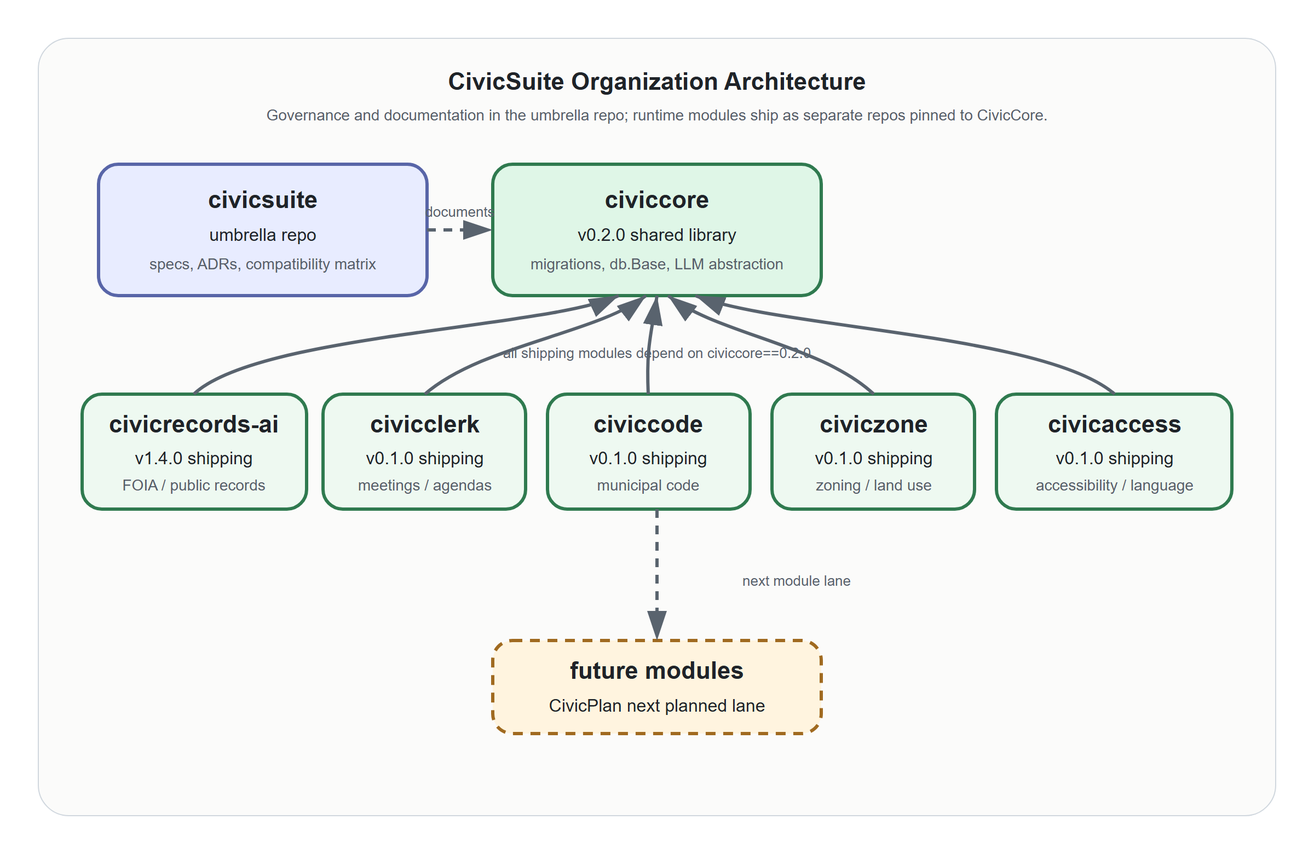
Above: docs/diagrams/suite-architecture.png in CivicSuite/civicsuite (Mermaid), before the change. Its source is kept beside it as docs/diagrams/suite-architecture.mmd.
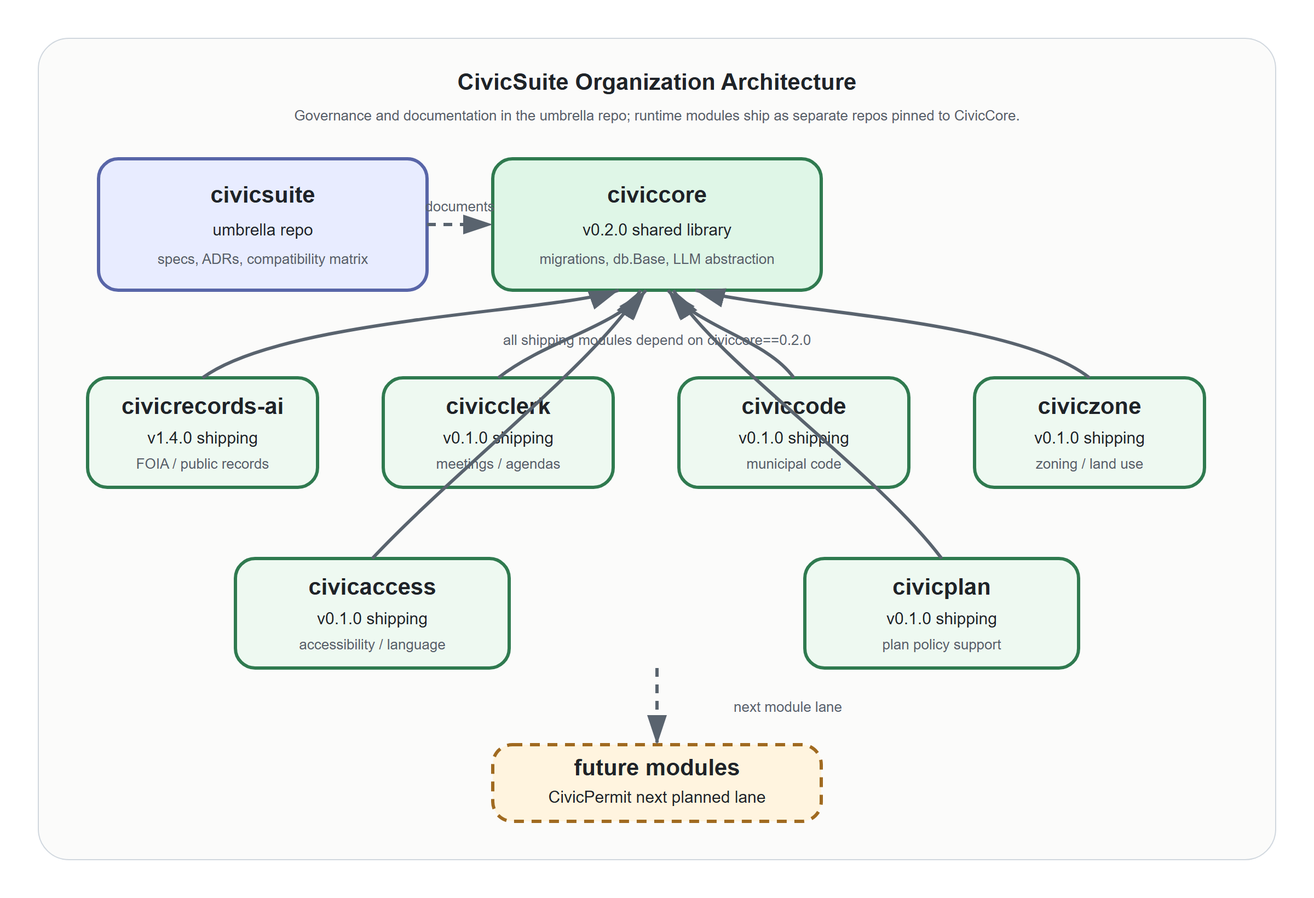
After the commit.

The edit, as a diff of the source:
```diff
@@ -9,9 +9,10 @@
         Code["civiccode<br/>v0.1.0<br/>municipal code"]
         Zone["civiczone<br/>v0.1.0<br/>zoning / land use"]
         Access["civicaccess<br/>v0.1.0<br/>accessibility / language"]
+        Plan["civicplan<br/>v0.1.0<br/>plan policy support"]
     end
     subgraph FUTURE["Future modules - planned, not started"]
-        Plan["civicplan<br/>next planned lane"]
+        Permit["civicpermit<br/>next planned lane"]
     end
     SuiteRepo -.documents.-> Core
     SuiteRepo -.documents.-> Records
@@ -20,11 +21,13 @@
     SuiteRepo -.governs.-> Zone
     SuiteRepo -.governs.-> Access
     SuiteRepo -.governs.-> Plan
+    SuiteRepo -.governs.-> Permit
     Records -->|"depends on ==0.2.0"| Core
     Clerk -->|"depends on ==0.2.0"| Core
     Code -->|"depends on ==0.2.0"| Core
     Zone -->|"depends on ==0.2.0"| Core
     Access -->|"depends on ==0.2.0"| Core
+    Plan -->|"depends on ==0.2.0"| Core
     classDef shipping fill:#d4f4dd,stroke:#3a7a4a,stroke-width:2px,color:#000
     classDef governance fill:#e1e1ff,stroke:#5a5aa0,stroke-width:2px,color:#000
     classDef future fill:#fff4e1,stroke:#a08040,stroke-width:1px,stroke-dasharray:5 5,color:#000
@@ -36,4 +39,5 @@
     class Code shipping
     class Zone shipping
     class Access shipping
-    class Plan future
+    class Plan shipping
+    class Permit future
```
